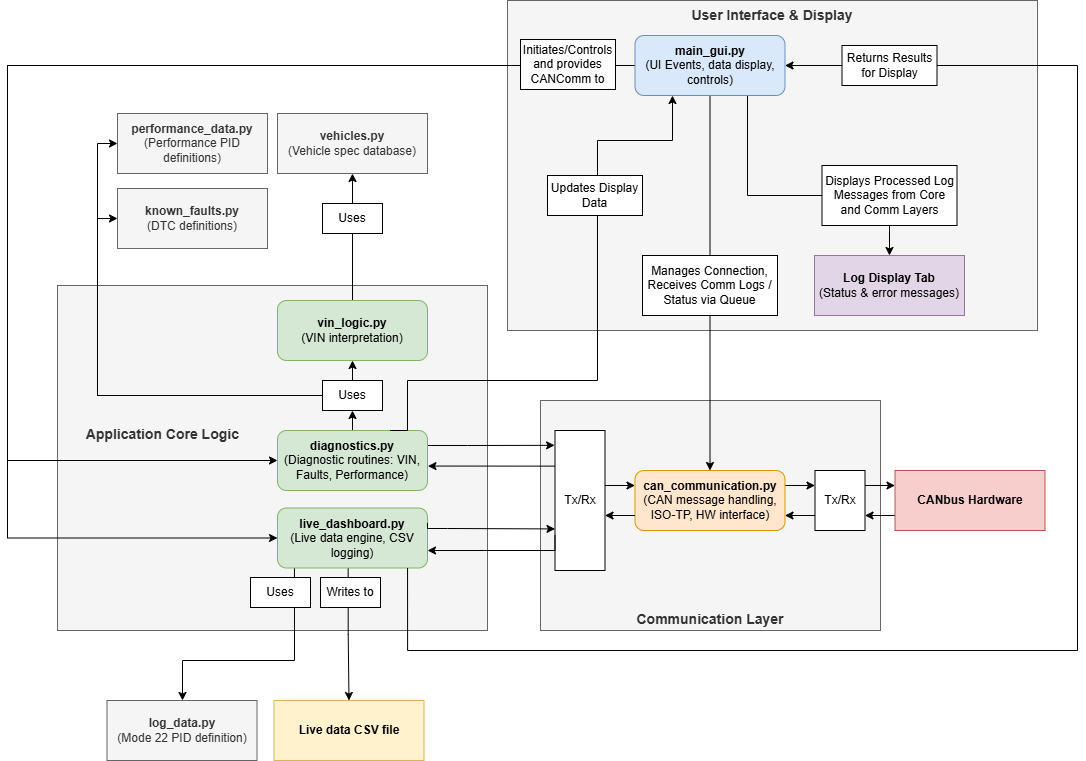
This is Docs/Block Diagram.png from gbowley/OLDx, a draw.io export, as it was before one commit. Source tidied: cells renumbered, new cells last; positions are measured from the earlier drawing's top-left corner, leaving out a move shared by most shapes.
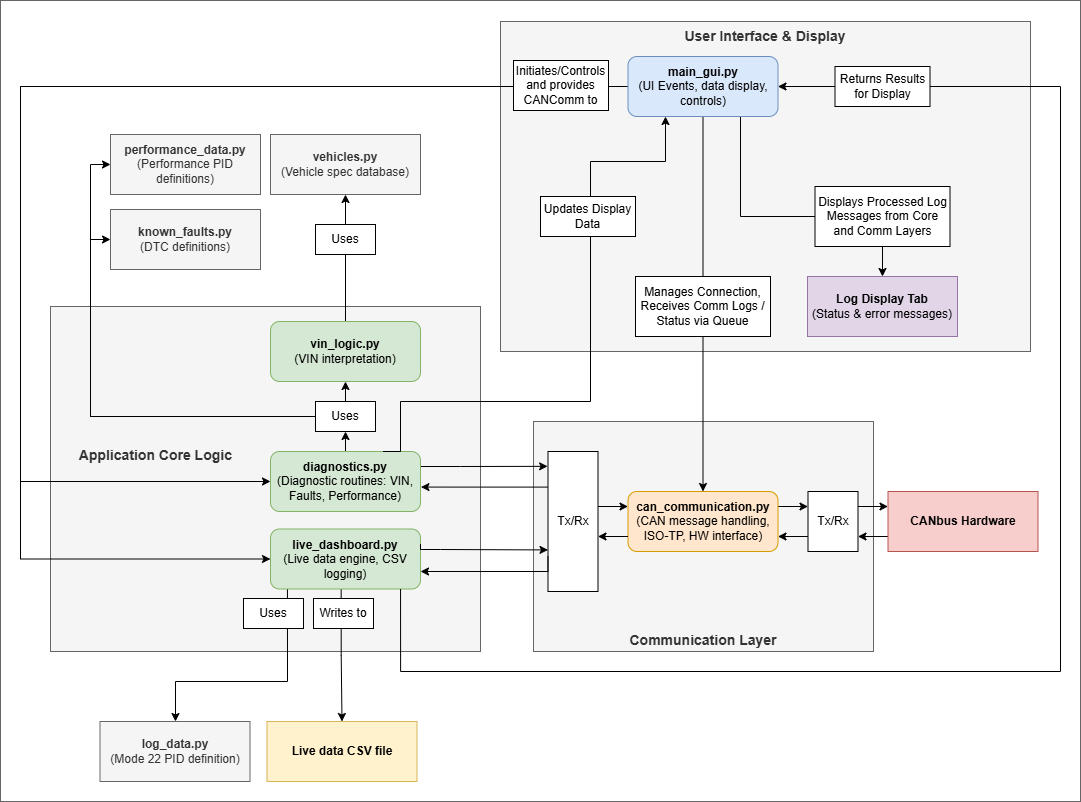
After the change.

The edit, as a diff of the source:
```diff
@@ -2,6 +2,9 @@
   <root>
     <mxCell id="0" />
     <mxCell id="1" parent="0" />
+    <mxCell id="51" style="rounded=0;whiteSpace=wrap;html=1;opacity=60;glass=0;" parent="1" vertex="1">
+      <mxGeometry y="-21" width="1080" height="801" as="geometry" />
+    </mxCell>
     <mxCell id="2" value="&lt;b&gt;&lt;font style=&quot;font-size: 14px;&quot;&gt;&amp;nbsp; &amp;nbsp; &amp;nbsp;&lt;/font&gt;&lt;/b&gt;&lt;div&gt;&lt;b&gt;&lt;font style=&quot;font-size: 14px;&quot;&gt;&lt;br&gt;&lt;/font&gt;&lt;/b&gt;&lt;/div&gt;&lt;div&gt;&lt;b&gt;&lt;font style=&quot;font-size: 14px;&quot;&gt;&lt;br&gt;&lt;/font&gt;&lt;/b&gt;&lt;/div&gt;&lt;div&gt;&lt;b&gt;&lt;font style=&quot;font-size: 14px;&quot;&gt;&lt;br&gt;&lt;/font&gt;&lt;/b&gt;&lt;/div&gt;&lt;div&gt;&lt;b&gt;&lt;font style=&quot;font-size: 14px;&quot;&gt;&lt;br&gt;&lt;/font&gt;&lt;/b&gt;&lt;/div&gt;&lt;div&gt;&lt;b&gt;&lt;font style=&quot;font-size: 14px;&quot;&gt;&lt;br&gt;&lt;/font&gt;&lt;/b&gt;&lt;/div&gt;&lt;div&gt;&lt;b&gt;&lt;font style=&quot;font-size: 14px;&quot;&gt;&lt;br&gt;&lt;/font&gt;&lt;/b&gt;&lt;/div&gt;&lt;div&gt;&lt;b&gt;&lt;font style=&quot;font-size: 14px;&quot;&gt;&amp;nbsp; &amp;nbsp; &amp;nbsp;&amp;nbsp;&lt;/font&gt;&lt;/b&gt;&lt;/div&gt;&lt;div&gt;&lt;b&gt;&lt;font style=&quot;font-size: 14px;&quot;&gt;&amp;nbsp; &amp;nbsp; &amp;nbsp; &amp;nbsp;Application Core Logic&lt;/font&gt;&lt;/b&gt;&lt;/div&gt;" style="rounded=0;whiteSpace=wrap;html=1;verticalAlign=top;align=left;fillColor=#f5f5f5;fontColor=#333333;strokeColor=#666666;" parent="1" vertex="1">
       <mxGeometry x="50" y="285" width="430" height="345" as="geometry" />
     </mxCell>
@@ -23,16 +26,16 @@
     <mxCell id="8" style="edgeStyle=orthogonalEdgeStyle;rounded=0;jettySize=auto;html=1;exitX=0;exitY=0.5;exitDx=0;exitDy=0;entryX=0;entryY=0.5;entryDx=0;entryDy=0;" parent="1" edge="1" source="11" target="32">
       <mxGeometry relative="1" as="geometry">
         <Array as="points">
-          <mxPoint y="65" />
-          <mxPoint y="460" />
+          <mxPoint x="20" y="65" />
+          <mxPoint x="20" y="460" />
         </Array>
       </mxGeometry>
     </mxCell>
     <mxCell id="9" style="edgeStyle=orthogonalEdgeStyle;rounded=0;jettySize=auto;html=1;exitX=0;exitY=0.5;exitDx=0;exitDy=0;entryX=0;entryY=0.5;entryDx=0;entryDy=0;" parent="1" edge="1" source="11" target="26">
       <mxGeometry relative="1" as="geometry">
         <Array as="points">
-          <mxPoint y="65" />
-          <mxPoint y="538" />
+          <mxPoint x="20" y="65" />
+          <mxPoint x="20" y="538" />
         </Array>
       </mxGeometry>
     </mxCell>
@@ -197,8 +200,8 @@
       <mxGeometry relative="1" as="geometry">
         <Array as="points">
           <mxPoint x="400" y="650" />
-          <mxPoint x="1070" y="650" />
-          <mxPoint x="1070" y="65" />
+          <mxPoint x="1060" y="650" />
+          <mxPoint x="1060" y="65" />
         </Array>
       </mxGeometry>
     </mxCell>
```
